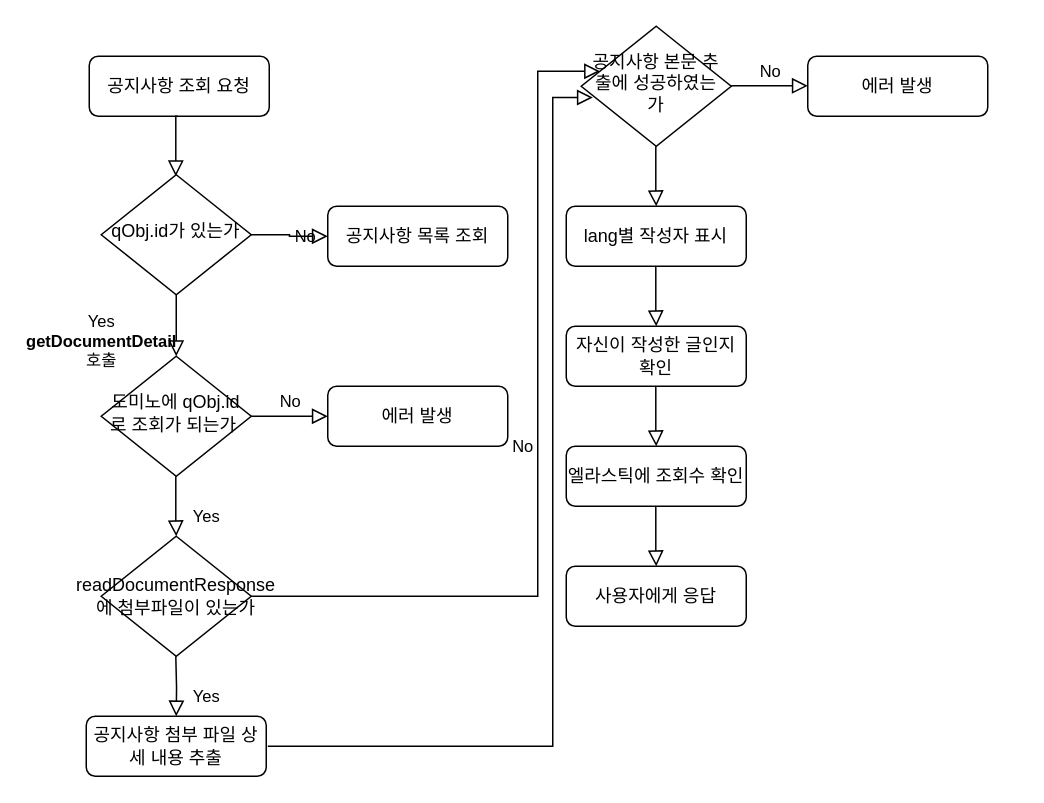
The draw.io diagram 제목 없는 다이어그램.drawio in HeoJeongJu/flow, before the edit. Source tidied: cells renumbered, new cells numbered last; positions are measured from the earlier drawing's top-left corner, leaving out a move shared by most shapes. Both pictures are drawn from the tidied source at 150%, with x=0, y=0 at pixel (86, 26).
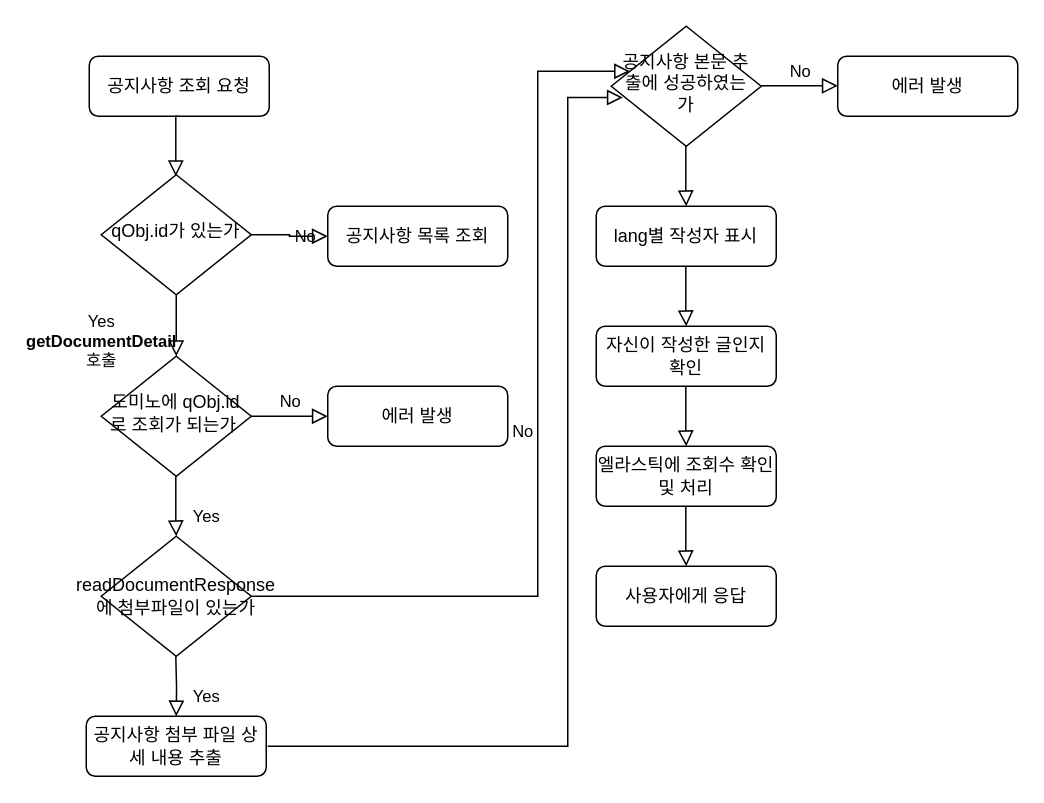
The same diagram, later.

Commit message:
제목 없는 다이어그램.drawio 업데이트

Change to the diagram source:
```diff
@@
     <mxCell id="16" style="edgeStyle=orthogonalEdgeStyle;rounded=0;html=1;jettySize=auto;fontSize=11;endArrow=block;endFill=0;endSize=8;strokeWidth=1;shadow=0;labelBackgroundColor=none;entryX=0.077;entryY=0.594;entryDx=0;entryDy=0;entryPerimeter=0;" parent="1" edge="1" target="17">
       <mxGeometry y="10" relative="1" as="geometry">
         <mxPoint x="121" y="480" as="sourcePoint" />
         <Array as="points">
-          <mxPoint x="311" y="480" />
-          <mxPoint x="311" y="48" />
+          <mxPoint x="321" y="480" />
+          <mxPoint x="321" y="48" />
         </Array>
       </mxGeometry>
     </mxCell>
     <mxCell id="17" value="&lt;p style=&quot;margin-top: 0pt; margin-bottom: 0pt; margin-left: 0in; direction: ltr; unicode-bidi: embed;&quot;&gt;&lt;font face=&quot;맑은 고딕&quot;&gt;공지사항 본문 추출에 성공하였는가&lt;/font&gt;&lt;/p&gt;" style="rhombus;whiteSpace=wrap;html=1;shadow=0;fontFamily=Helvetica;fontSize=12;align=center;strokeWidth=1;spacing=6;spacingTop=-4;" parent="1" vertex="1">
-      <mxGeometry x="330" width="100" height="80" as="geometry" />
+      <mxGeometry x="350" width="100" height="80" as="geometry" />
     </mxCell>
     <mxCell id="18" style="rounded=0;html=1;jettySize=auto;orthogonalLoop=1;fontSize=11;endArrow=block;endFill=0;endSize=8;strokeWidth=1;shadow=0;labelBackgroundColor=none;edgeStyle=orthogonalEdgeStyle;entryX=0.5;entryY=0;entryDx=0;entryDy=0;" parent="1" edge="1">
       <mxGeometry x="0.33" y="20" relative="1" as="geometry">
-        <mxPoint x="379.7" y="80" as="sourcePoint" />
-        <mxPoint x="380" y="120" as="targetPoint" />
+        <mxPoint x="399.7" y="80" as="sourcePoint" />
+        <mxPoint x="400" y="120" as="targetPoint" />
         <Array as="points">
-          <mxPoint x="380" y="110" />
-          <mxPoint x="380" y="110" />
+          <mxPoint x="400" y="110" />
+          <mxPoint x="400" y="110" />
         </Array>
       </mxGeometry>
     </mxCell>
     <mxCell id="19" value="No" style="edgeStyle=orthogonalEdgeStyle;rounded=0;html=1;jettySize=auto;orthogonalLoop=1;fontSize=11;endArrow=block;endFill=0;endSize=8;strokeWidth=1;shadow=0;labelBackgroundColor=none;" parent="1" edge="1">
       <mxGeometry y="10" relative="1" as="geometry">
-        <mxPoint x="430" y="39.7" as="sourcePoint" />
-        <mxPoint x="481" y="39.7" as="targetPoint" />
+        <mxPoint x="450" y="39.7" as="sourcePoint" />
+        <mxPoint x="501" y="39.7" as="targetPoint" />
       </mxGeometry>
     </mxCell>
     <mxCell id="20" value="에러 발생" style="rounded=1;whiteSpace=wrap;html=1;fontSize=12;glass=0;strokeWidth=1;shadow=0;" parent="1" vertex="1">
-      <mxGeometry x="481" y="20" width="120" height="40" as="geometry" />
+      <mxGeometry x="501" y="20" width="120" height="40" as="geometry" />
     </mxCell>
     <mxCell id="21" value="&lt;p style=&quot;margin-top: 0pt; margin-bottom: 0pt; margin-left: 0in; direction: ltr; unicode-bidi: embed;&quot;&gt;&lt;font face=&quot;맑은 고딕&quot;&gt;&lt;span style=&quot;font-size: 12px;&quot;&gt;lang별 작성자 표시&lt;/span&gt;&lt;/font&gt;&lt;/p&gt;" style="rounded=1;whiteSpace=wrap;html=1;fontSize=11;glass=0;strokeWidth=1;shadow=0;" parent="1" vertex="1">
-      <mxGeometry x="320" y="120" width="120" height="40" as="geometry" />
+      <mxGeometry x="340" y="120" width="120" height="40" as="geometry" />
     </mxCell>
     <mxCell id="22" style="rounded=0;html=1;jettySize=auto;orthogonalLoop=1;fontSize=11;endArrow=block;endFill=0;endSize=8;strokeWidth=1;shadow=0;labelBackgroundColor=none;edgeStyle=orthogonalEdgeStyle;entryX=0.5;entryY=0;entryDx=0;entryDy=0;" parent="1" edge="1">
       <mxGeometry x="0.33" y="20" relative="1" as="geometry">
-        <mxPoint x="379.7" y="160" as="sourcePoint" />
-        <mxPoint x="380" y="200" as="targetPoint" />
+        <mxPoint x="399.7" y="160" as="sourcePoint" />
+        <mxPoint x="400" y="200" as="targetPoint" />
         <Array as="points">
-          <mxPoint x="380" y="190" />
-          <mxPoint x="380" y="190" />
+          <mxPoint x="400" y="190" />
+          <mxPoint x="400" y="190" />
         </Array>
       </mxGeometry>
     </mxCell>
     <mxCell id="23" value="&lt;p style=&quot;margin-top: 0pt; margin-bottom: 0pt; margin-left: 0in; direction: ltr; unicode-bidi: embed;&quot;&gt;&lt;font face=&quot;맑은 고딕&quot;&gt;&lt;span style=&quot;font-size: 12px;&quot;&gt;자신이 작성한 글인지 확인&lt;/span&gt;&lt;/font&gt;&lt;/p&gt;" style="rounded=1;whiteSpace=wrap;html=1;fontSize=11;glass=0;strokeWidth=1;shadow=0;" parent="1" vertex="1">
-      <mxGeometry x="320" y="200" width="120" height="40" as="geometry" />
+      <mxGeometry x="340" y="200" width="120" height="40" as="geometry" />
     </mxCell>
-    <mxCell id="24" value="&lt;p style=&quot;margin-top: 0pt; margin-bottom: 0pt; margin-left: 0in; direction: ltr; unicode-bidi: embed;&quot;&gt;&lt;font face=&quot;맑은 고딕&quot;&gt;&lt;span style=&quot;font-size: 12px;&quot;&gt;엘라스틱에 조회수 확인&lt;/span&gt;&lt;/font&gt;&lt;/p&gt;" style="rounded=1;whiteSpace=wrap;html=1;fontSize=11;glass=0;strokeWidth=1;shadow=0;" parent="1" vertex="1">
-      <mxGeometry x="320" y="280" width="120" height="40" as="geometry" />
+    <mxCell id="24" value="&lt;p style=&quot;margin-top: 0pt; margin-bottom: 0pt; margin-left: 0in; direction: ltr; unicode-bidi: embed;&quot;&gt;&lt;font face=&quot;맑은 고딕&quot;&gt;&lt;span style=&quot;font-size: 12px;&quot;&gt;엘라스틱에 조회수 확인 및 처리&lt;/span&gt;&lt;/font&gt;&lt;/p&gt;" style="rounded=1;whiteSpace=wrap;html=1;fontSize=11;glass=0;strokeWidth=1;shadow=0;" parent="1" vertex="1">
+      <mxGeometry x="340" y="280" width="120" height="40" as="geometry" />
     </mxCell>
     <mxCell id="25" style="rounded=0;html=1;jettySize=auto;orthogonalLoop=1;fontSize=11;endArrow=block;endFill=0;endSize=8;strokeWidth=1;shadow=0;labelBackgroundColor=none;edgeStyle=orthogonalEdgeStyle;entryX=0.5;entryY=0;entryDx=0;entryDy=0;" parent="1" edge="1">
       <mxGeometry x="0.33" y="20" relative="1" as="geometry">
-        <mxPoint x="379.7" y="240" as="sourcePoint" />
-        <mxPoint x="380" y="280" as="targetPoint" />
+        <mxPoint x="399.7" y="240" as="sourcePoint" />
+        <mxPoint x="400" y="280" as="targetPoint" />
         <Array as="points">
-          <mxPoint x="380" y="270" />
-          <mxPoint x="380" y="270" />
+          <mxPoint x="400" y="270" />
+          <mxPoint x="400" y="270" />
         </Array>
       </mxGeometry>
     </mxCell>
     <mxCell id="26" value="&lt;p style=&quot;margin-top: 0pt; margin-bottom: 0pt; margin-left: 0in; direction: ltr; unicode-bidi: embed;&quot;&gt;&lt;font face=&quot;맑은 고딕&quot;&gt;&lt;span style=&quot;font-size: 12px;&quot;&gt;사용자에게 응답&lt;/span&gt;&lt;/font&gt;&lt;/p&gt;" style="rounded=1;whiteSpace=wrap;html=1;fontSize=11;glass=0;strokeWidth=1;shadow=0;" parent="1" vertex="1">
-      <mxGeometry x="320" y="360" width="120" height="40" as="geometry" />
+      <mxGeometry x="340" y="360" width="120" height="40" as="geometry" />
     </mxCell>
     <mxCell id="27" style="rounded=0;html=1;jettySize=auto;orthogonalLoop=1;fontSize=11;endArrow=block;endFill=0;endSize=8;strokeWidth=1;shadow=0;labelBackgroundColor=none;edgeStyle=orthogonalEdgeStyle;entryX=0.5;entryY=0;entryDx=0;entryDy=0;" parent="1" edge="1">
       <mxGeometry x="0.33" y="20" relative="1" as="geometry">
-        <mxPoint x="379.7" y="320" as="sourcePoint" />
-        <mxPoint x="380" y="360" as="targetPoint" />
+        <mxPoint x="399.7" y="320" as="sourcePoint" />
+        <mxPoint x="400" y="360" as="targetPoint" />
         <Array as="points">
-          <mxPoint x="380" y="350" />
-          <mxPoint x="380" y="350" />
+          <mxPoint x="400" y="350" />
+          <mxPoint x="400" y="350" />
         </Array>
       </mxGeometry>
     </mxCell>
```
